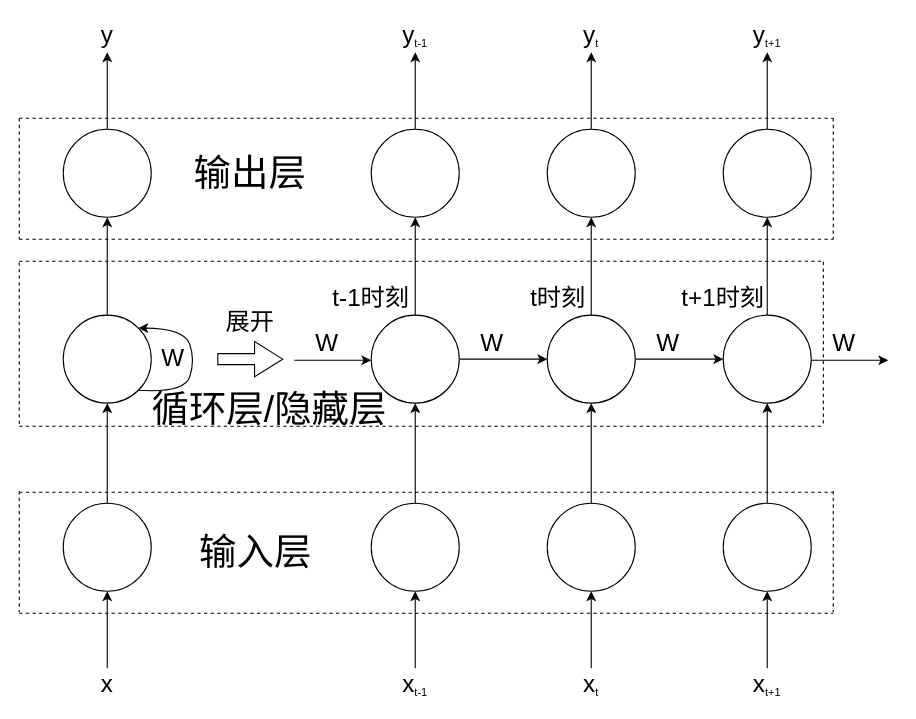
Before: figures/src/RNN.drawio in HollowMan6/My-LZU-CS-UG-Dissertation, a draw.io diagram. Source tidied: cells renumbered, new cells numbered last; positions are measured from the earlier drawing's top-left corner, leaving out a move shared by most shapes. Both pictures are drawn from the tidied source at 110%, with x=0, y=0 at pixel (19, 19).
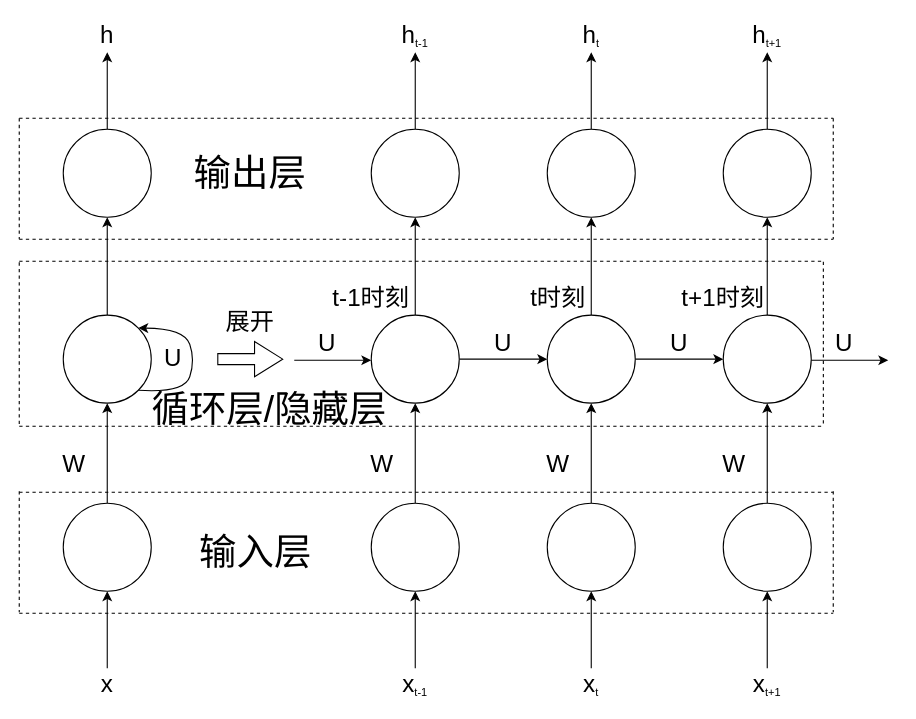
The same page after the edit.

Change to the diagram source:
```diff
@@
-    <mxCell id="10" value="&lt;font style=&quot;font-size: 22px&quot;&gt;y&lt;/font&gt;" style="text;html=1;strokeColor=none;fillColor=none;align=center;verticalAlign=middle;whiteSpace=wrap;rounded=0;" parent="1" vertex="1">
+    <mxCell id="10" value="&lt;font style=&quot;font-size: 22px&quot;&gt;h&lt;/font&gt;" style="text;html=1;strokeColor=none;fillColor=none;align=center;verticalAlign=middle;whiteSpace=wrap;rounded=0;" parent="1" vertex="1">
       <mxGeometry x="50" width="60" height="30" as="geometry" />
     </mxCell>
-    <mxCell id="11" value="W" style="text;html=1;strokeColor=none;fillColor=none;align=center;verticalAlign=middle;whiteSpace=wrap;rounded=0;fontSize=22;" parent="1" vertex="1">
-      <mxGeometry x="110" y="294" width="60" height="30" as="geometry" />
-    </mxCell>
@@
-    <mxCell id="22" value="&lt;span style=&quot;font-size: 22px&quot;&gt;y&lt;/span&gt;&lt;sub&gt;t-1&lt;/sub&gt;" style="text;html=1;strokeColor=none;fillColor=none;align=center;verticalAlign=middle;whiteSpace=wrap;rounded=0;" parent="1" vertex="1">
+    <mxCell id="22" value="&lt;span style=&quot;font-size: 22px&quot;&gt;h&lt;/span&gt;&lt;sub&gt;t-1&lt;/sub&gt;" style="text;html=1;strokeColor=none;fillColor=none;align=center;verticalAlign=middle;whiteSpace=wrap;rounded=0;" parent="1" vertex="1">
       <mxGeometry x="330" width="60" height="30" as="geometry" />
     </mxCell>
@@
-    <mxCell id="31" value="&lt;span style=&quot;font-size: 22px&quot;&gt;y&lt;/span&gt;&lt;sub&gt;t&lt;/sub&gt;" style="text;html=1;strokeColor=none;fillColor=none;align=center;verticalAlign=middle;whiteSpace=wrap;rounded=0;" parent="1" vertex="1">
+    <mxCell id="31" value="&lt;span style=&quot;font-size: 22px&quot;&gt;h&lt;/span&gt;&lt;sub&gt;t&lt;/sub&gt;" style="text;html=1;strokeColor=none;fillColor=none;align=center;verticalAlign=middle;whiteSpace=wrap;rounded=0;" parent="1" vertex="1">
       <mxGeometry x="490" width="60" height="30" as="geometry" />
     </mxCell>
@@
-    <mxCell id="39" value="&lt;span style=&quot;font-size: 22px&quot;&gt;y&lt;/span&gt;&lt;sub&gt;t+1&lt;/sub&gt;" style="text;html=1;strokeColor=none;fillColor=none;align=center;verticalAlign=middle;whiteSpace=wrap;rounded=0;" parent="1" vertex="1">
+    <mxCell id="39" value="&lt;span style=&quot;font-size: 22px&quot;&gt;h&lt;/span&gt;&lt;sub&gt;t+1&lt;/sub&gt;" style="text;html=1;strokeColor=none;fillColor=none;align=center;verticalAlign=middle;whiteSpace=wrap;rounded=0;" parent="1" vertex="1">
       <mxGeometry x="650" width="60" height="30" as="geometry" />
     </mxCell>
@@
     <mxCell id="41" value="W" style="text;html=1;strokeColor=none;fillColor=none;align=center;verticalAlign=middle;whiteSpace=wrap;rounded=0;fontSize=22;" parent="1" vertex="1">
-      <mxGeometry x="250" y="280" width="60" height="30" as="geometry" />
+      <mxGeometry x="300" y="390" width="60" height="30" as="geometry" />
     </mxCell>
@@
-    <mxCell id="43" value="W" style="text;html=1;strokeColor=none;fillColor=none;align=center;verticalAlign=middle;whiteSpace=wrap;rounded=0;fontSize=22;" parent="1" vertex="1">
+    <mxCell id="43" value="U" style="text;html=1;strokeColor=none;fillColor=none;align=center;verticalAlign=middle;whiteSpace=wrap;rounded=0;fontSize=22;" parent="1" vertex="1">
       <mxGeometry x="720" y="280" width="60" height="30" as="geometry" />
     </mxCell>
     <mxCell id="44" value="W" style="text;html=1;strokeColor=none;fillColor=none;align=center;verticalAlign=middle;whiteSpace=wrap;rounded=0;fontSize=22;" parent="1" vertex="1">
-      <mxGeometry x="400" y="280" width="60" height="30" as="geometry" />
+      <mxGeometry x="460" y="390" width="60" height="30" as="geometry" />
     </mxCell>
     <mxCell id="45" value="W" style="text;html=1;strokeColor=none;fillColor=none;align=center;verticalAlign=middle;whiteSpace=wrap;rounded=0;fontSize=22;" parent="1" vertex="1">
-      <mxGeometry x="560" y="280" width="60" height="30" as="geometry" />
+      <mxGeometry x="620" y="390" width="60" height="30" as="geometry" />
     </mxCell>
@@
+    <mxCell id="68" value="U" style="text;html=1;strokeColor=none;fillColor=none;align=center;verticalAlign=middle;whiteSpace=wrap;rounded=0;fontSize=22;" parent="1" vertex="1">
+      <mxGeometry x="250" y="280" width="60" height="30" as="geometry" />
+    </mxCell>
+    <mxCell id="69" value="U" style="text;html=1;strokeColor=none;fillColor=none;align=center;verticalAlign=middle;whiteSpace=wrap;rounded=0;fontSize=22;" parent="1" vertex="1">
+      <mxGeometry x="410" y="280" width="60" height="30" as="geometry" />
+    </mxCell>
+    <mxCell id="70" value="U" style="text;html=1;strokeColor=none;fillColor=none;align=center;verticalAlign=middle;whiteSpace=wrap;rounded=0;fontSize=22;" parent="1" vertex="1">
+      <mxGeometry x="570" y="280" width="60" height="30" as="geometry" />
+    </mxCell>
+    <mxCell id="71" value="U" style="text;html=1;strokeColor=none;fillColor=none;align=center;verticalAlign=middle;whiteSpace=wrap;rounded=0;fontSize=22;" parent="1" vertex="1">
+      <mxGeometry x="110" y="294" width="60" height="30" as="geometry" />
+    </mxCell>
+    <mxCell id="11" value="W" style="text;html=1;strokeColor=none;fillColor=none;align=center;verticalAlign=middle;whiteSpace=wrap;rounded=0;fontSize=22;" parent="1" vertex="1">
+      <mxGeometry x="20" y="390" width="60" height="30" as="geometry" />
+    </mxCell>
```
